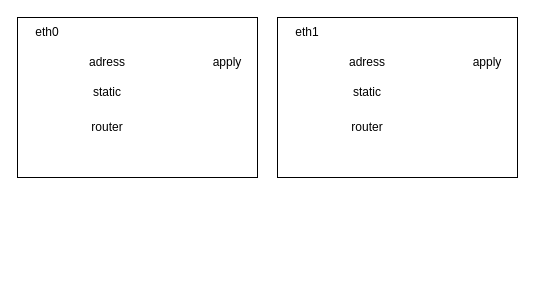
Earlier version of the draw.io diagram page "Page-4" (4 of 4) of frontmarkup.drawio (Rabogi/reallab-conf). Source tidied: cells renumbered, new cells numbered last; positions are measured from the earlier drawing's top-left corner, leaving out a move shared by most shapes. Both pictures are drawn from the tidied source at 100%, with x=0, y=0 at pixel (17, 17).
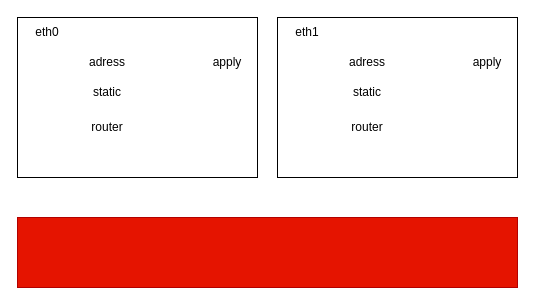
The same page after the edit.

What changed in the source:
```diff
@@
 <mxGraphModel>
   <root>
     <mxCell id="0" />
     <mxCell id="1" parent="0" />
     <mxCell id="2" style="rounded=0;whiteSpace=wrap;html=1;" parent="1" vertex="1">
       <mxGeometry width="240" height="160" as="geometry" />
     </mxCell>
     <mxCell id="3" value="eth0" style="text;html=1;align=center;verticalAlign=middle;whiteSpace=wrap;rounded=0;" parent="1" vertex="1">
       <mxGeometry width="60" height="30" as="geometry" />
     </mxCell>
     <mxCell id="4" value="adress" style="text;html=1;align=center;verticalAlign=middle;whiteSpace=wrap;rounded=0;" parent="1" vertex="1">
       <mxGeometry y="30" width="180" height="30" as="geometry" />
     </mxCell>
     <mxCell id="5" value="apply" style="text;html=1;align=center;verticalAlign=middle;whiteSpace=wrap;rounded=0;" parent="1" vertex="1">
       <mxGeometry x="180" y="30" width="60" height="30" as="geometry" />
     </mxCell>
     <mxCell id="6" style="rounded=0;whiteSpace=wrap;html=1;" parent="1" vertex="1">
       <mxGeometry x="260" width="240" height="160" as="geometry" />
     </mxCell>
     <mxCell id="7" value="eth1" style="text;html=1;align=center;verticalAlign=middle;whiteSpace=wrap;rounded=0;" parent="1" vertex="1">
       <mxGeometry x="260" width="60" height="30" as="geometry" />
     </mxCell>
     <mxCell id="8" value="adress" style="text;html=1;align=center;verticalAlign=middle;whiteSpace=wrap;rounded=0;" parent="1" vertex="1">
       <mxGeometry x="260" y="30" width="180" height="30" as="geometry" />
     </mxCell>
     <mxCell id="9" value="apply" style="text;html=1;align=center;verticalAlign=middle;whiteSpace=wrap;rounded=0;" parent="1" vertex="1">
       <mxGeometry x="440" y="30" width="60" height="30" as="geometry" />
     </mxCell>
     <mxCell id="10" value="router" style="text;html=1;align=center;verticalAlign=middle;whiteSpace=wrap;rounded=0;" parent="1" vertex="1">
       <mxGeometry y="95" width="180" height="30" as="geometry" />
     </mxCell>
     <mxCell id="11" value="router" style="text;html=1;align=center;verticalAlign=middle;whiteSpace=wrap;rounded=0;" parent="1" vertex="1">
       <mxGeometry x="260" y="95" width="180" height="30" as="geometry" />
     </mxCell>
     <mxCell id="12" value="static" style="text;html=1;align=center;verticalAlign=middle;whiteSpace=wrap;rounded=0;" parent="1" vertex="1">
       <mxGeometry y="60" width="180" height="30" as="geometry" />
     </mxCell>
     <mxCell id="13" value="static" style="text;html=1;align=center;verticalAlign=middle;whiteSpace=wrap;rounded=0;" parent="1" vertex="1">
       <mxGeometry x="260" y="60" width="180" height="30" as="geometry" />
     </mxCell>
+    <mxCell id="14" style="rounded=0;whiteSpace=wrap;html=1;fillColor=#e51400;fontColor=#ffffff;strokeColor=#B20000;" parent="1" vertex="1">
+      <mxGeometry y="200" width="500" height="70" as="geometry" />
+    </mxCell>
   </root>
 </mxGraphModel>
```
